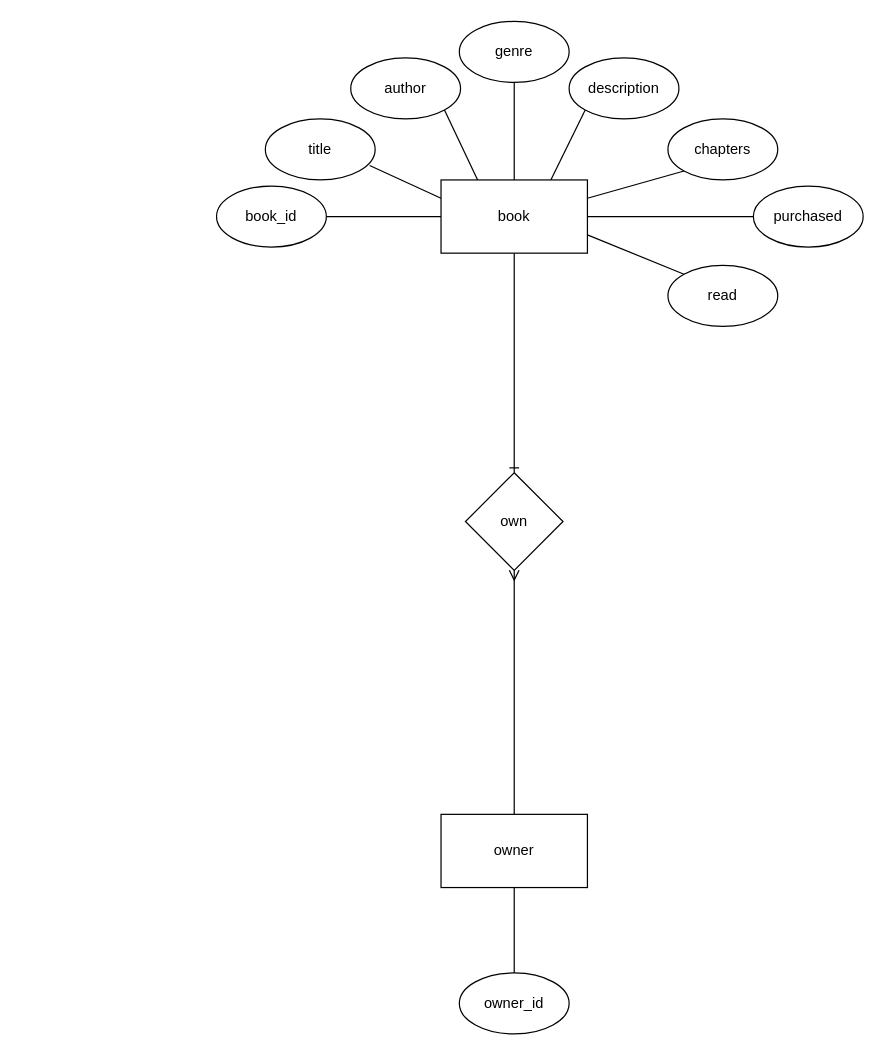
The draw.io diagram page "Page-2" (2 of 4) of claus/books.drawio in OinkoIT/BE16-DBDev-DAY1-Claus-Christoph, before the edit. Source tidied: cells renumbered, new cells numbered last; positions are measured from the earlier drawing's top-left corner, leaving out a move shared by most shapes. Both pictures are drawn from the tidied source at 122%, with x=0, y=0 at pixel (216, 21).
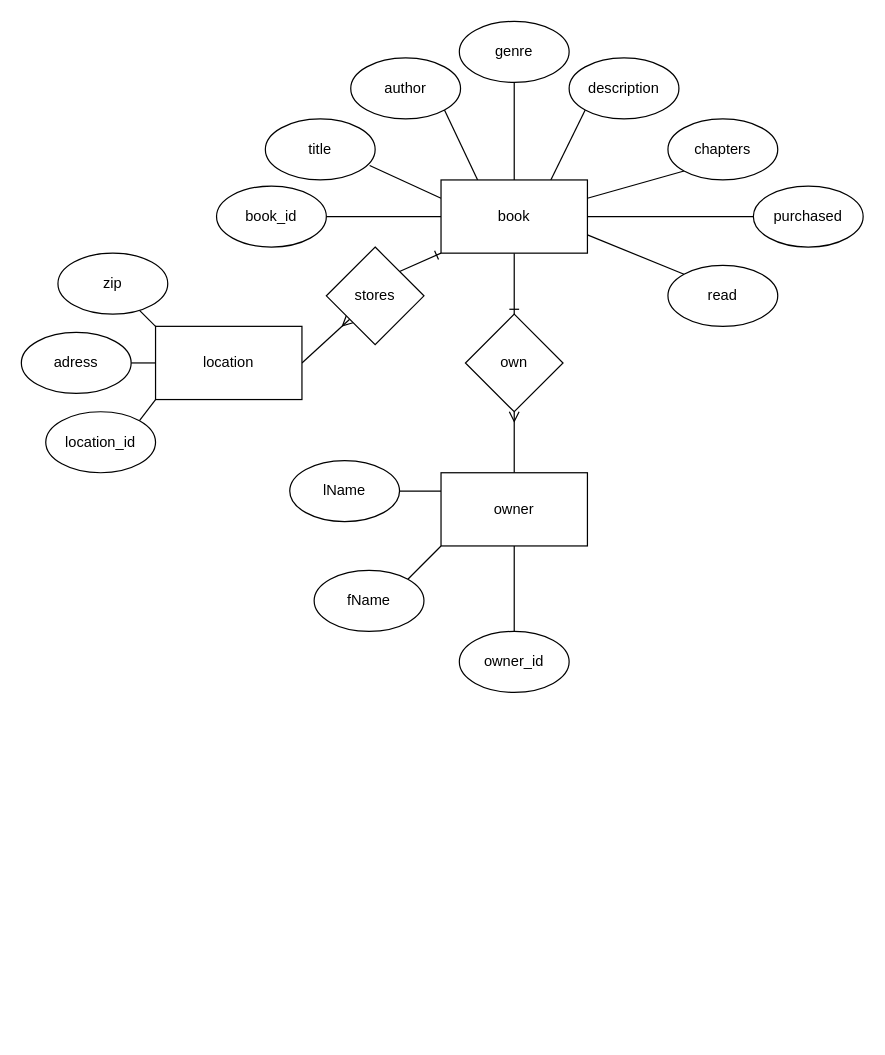
The same diagram, later.

The change refers to these unchanged cells:
```xml
<mxCell id="11" value="book" style="rounded=0;whiteSpace=wrap;html=1;" parent="1" vertex="1">
  <mxGeometry x="184" y="130" width="120" height="60" as="geometry" />
</mxCell>
```

Change to the diagram source:
```diff
@@
+    <mxCell id="25" style="edgeStyle=none;html=1;exitX=0;exitY=0.25;exitDx=0;exitDy=0;entryX=1;entryY=0.5;entryDx=0;entryDy=0;startArrow=none;startFill=0;endArrow=none;endFill=0;" parent="1" edge="1" source="13" target="28">
+      <mxGeometry relative="1" as="geometry" />
+    </mxCell>
+    <mxCell id="26" style="edgeStyle=none;html=1;exitX=0;exitY=1;exitDx=0;exitDy=0;entryX=1;entryY=0;entryDx=0;entryDy=0;startArrow=none;startFill=0;endArrow=none;endFill=0;" parent="1" edge="1" source="13" target="27">
+      <mxGeometry relative="1" as="geometry" />
+    </mxCell>
     <mxCell id="13" value="owner" style="rounded=0;whiteSpace=wrap;html=1;" parent="1" vertex="1">
-      <mxGeometry x="184" y="650" width="120" height="60" as="geometry" />
+      <mxGeometry x="184" y="370" width="120" height="60" as="geometry" />
     </mxCell>
     <mxCell id="14" value="own" style="rhombus;whiteSpace=wrap;html=1;" parent="1" vertex="1">
-      <mxGeometry x="204" y="370" width="80" height="80" as="geometry" />
+      <mxGeometry x="204" y="240" width="80" height="80" as="geometry" />
     </mxCell>
@@
     <mxCell id="24" value="owner_id" style="ellipse;whiteSpace=wrap;html=1;" parent="1" vertex="1">
-      <mxGeometry x="199" y="780" width="90" height="50" as="geometry" />
+      <mxGeometry x="199" y="500" width="90" height="50" as="geometry" />
     </mxCell>
+    <mxCell id="27" value="fName" style="ellipse;whiteSpace=wrap;html=1;" parent="1" vertex="1">
+      <mxGeometry x="80" y="450" width="90" height="50" as="geometry" />
+    </mxCell>
+    <mxCell id="28" value="lName" style="ellipse;whiteSpace=wrap;html=1;" parent="1" vertex="1">
+      <mxGeometry x="60" y="360" width="90" height="50" as="geometry" />
+    </mxCell>
+    <mxCell id="29" style="edgeStyle=none;html=1;exitX=0;exitY=0;exitDx=0;exitDy=0;startArrow=none;startFill=0;endArrow=none;endFill=0;" parent="1" edge="1" source="33" target="36">
+      <mxGeometry relative="1" as="geometry" />
+    </mxCell>
+    <mxCell id="30" style="edgeStyle=none;html=1;exitX=0;exitY=0.5;exitDx=0;exitDy=0;entryX=1;entryY=0.5;entryDx=0;entryDy=0;startArrow=none;startFill=0;endArrow=none;endFill=0;" parent="1" edge="1" source="33" target="35">
+      <mxGeometry relative="1" as="geometry" />
+    </mxCell>
+    <mxCell id="31" style="edgeStyle=none;html=1;exitX=0;exitY=1;exitDx=0;exitDy=0;entryX=1;entryY=0;entryDx=0;entryDy=0;startArrow=none;startFill=0;endArrow=none;endFill=0;" parent="1" edge="1" source="33" target="34">
+      <mxGeometry relative="1" as="geometry" />
+    </mxCell>
+    <mxCell id="32" style="edgeStyle=none;html=1;exitX=1;exitY=0.5;exitDx=0;exitDy=0;startArrow=none;startFill=0;endArrow=ERmany;endFill=0;" parent="1" edge="1" source="33" target="38">
+      <mxGeometry relative="1" as="geometry" />
+    </mxCell>
+    <mxCell id="33" value="location" style="rounded=0;whiteSpace=wrap;html=1;" parent="1" vertex="1">
+      <mxGeometry x="-50" y="250" width="120" height="60" as="geometry" />
+    </mxCell>
+    <mxCell id="34" value="location_id" style="ellipse;whiteSpace=wrap;html=1;" parent="1" vertex="1">
+      <mxGeometry x="-140" y="320" width="90" height="50" as="geometry" />
+    </mxCell>
+    <mxCell id="35" value="adress" style="ellipse;whiteSpace=wrap;html=1;" parent="1" vertex="1">
+      <mxGeometry x="-160" y="255" width="90" height="50" as="geometry" />
+    </mxCell>
+    <mxCell id="36" value="zip" style="ellipse;whiteSpace=wrap;html=1;" parent="1" vertex="1">
+      <mxGeometry x="-130" y="190" width="90" height="50" as="geometry" />
+    </mxCell>
+    <mxCell id="37" style="edgeStyle=none;html=1;exitX=1;exitY=0;exitDx=0;exitDy=0;entryX=0;entryY=1;entryDx=0;entryDy=0;startArrow=none;startFill=0;endArrow=ERone;endFill=0;" parent="1" edge="1" source="38" target="11">
+      <mxGeometry relative="1" as="geometry" />
+    </mxCell>
+    <mxCell id="38" value="stores" style="rhombus;whiteSpace=wrap;html=1;" parent="1" vertex="1">
+      <mxGeometry x="90" y="185" width="80" height="80" as="geometry" />
+    </mxCell>
```
